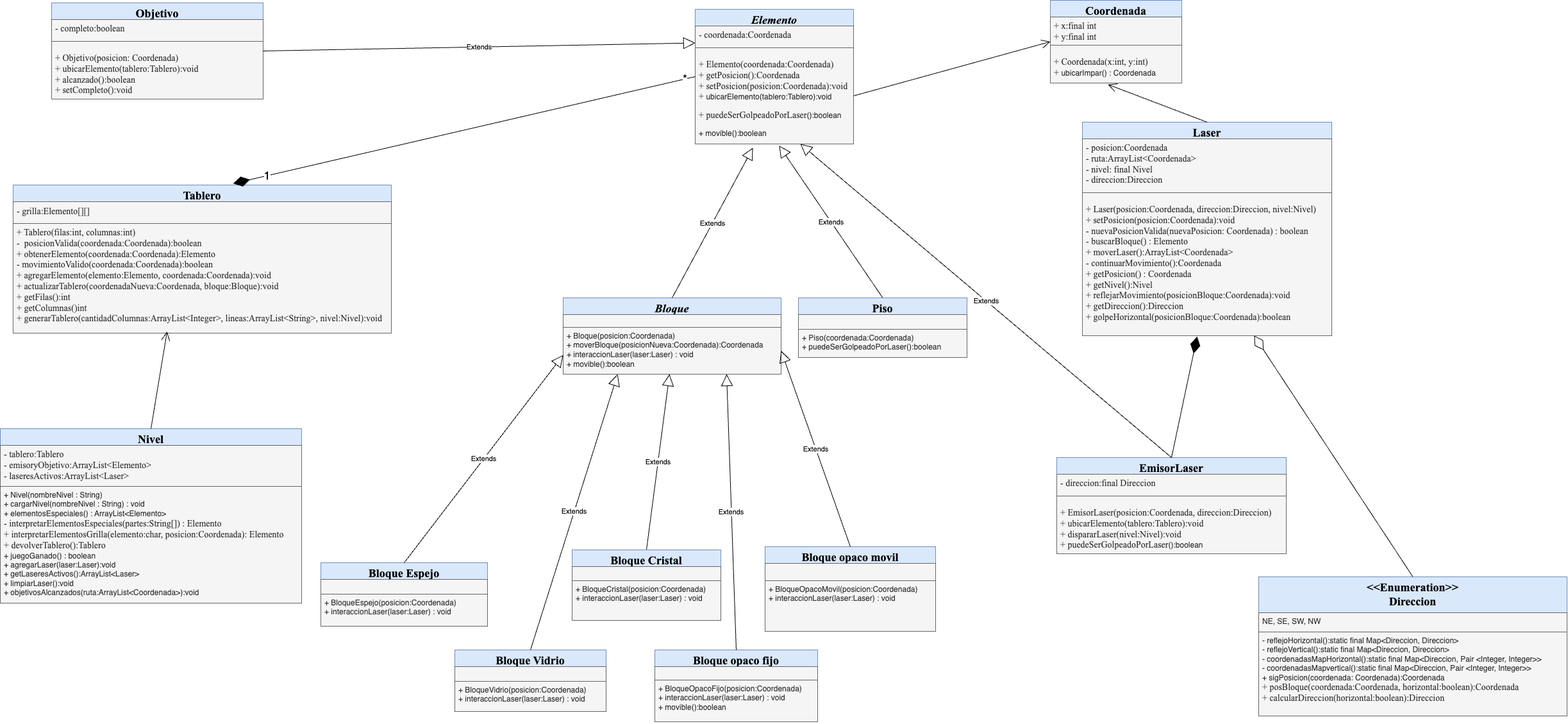
Before: doc/UML TP1.png, a diagram exported from draw.io (BeltranMal/algo3-tp-2024c2). Source tidied: cells renumbered, new cells last; positions are measured from the earlier drawing's top-left corner, leaving out a move shared by most shapes.
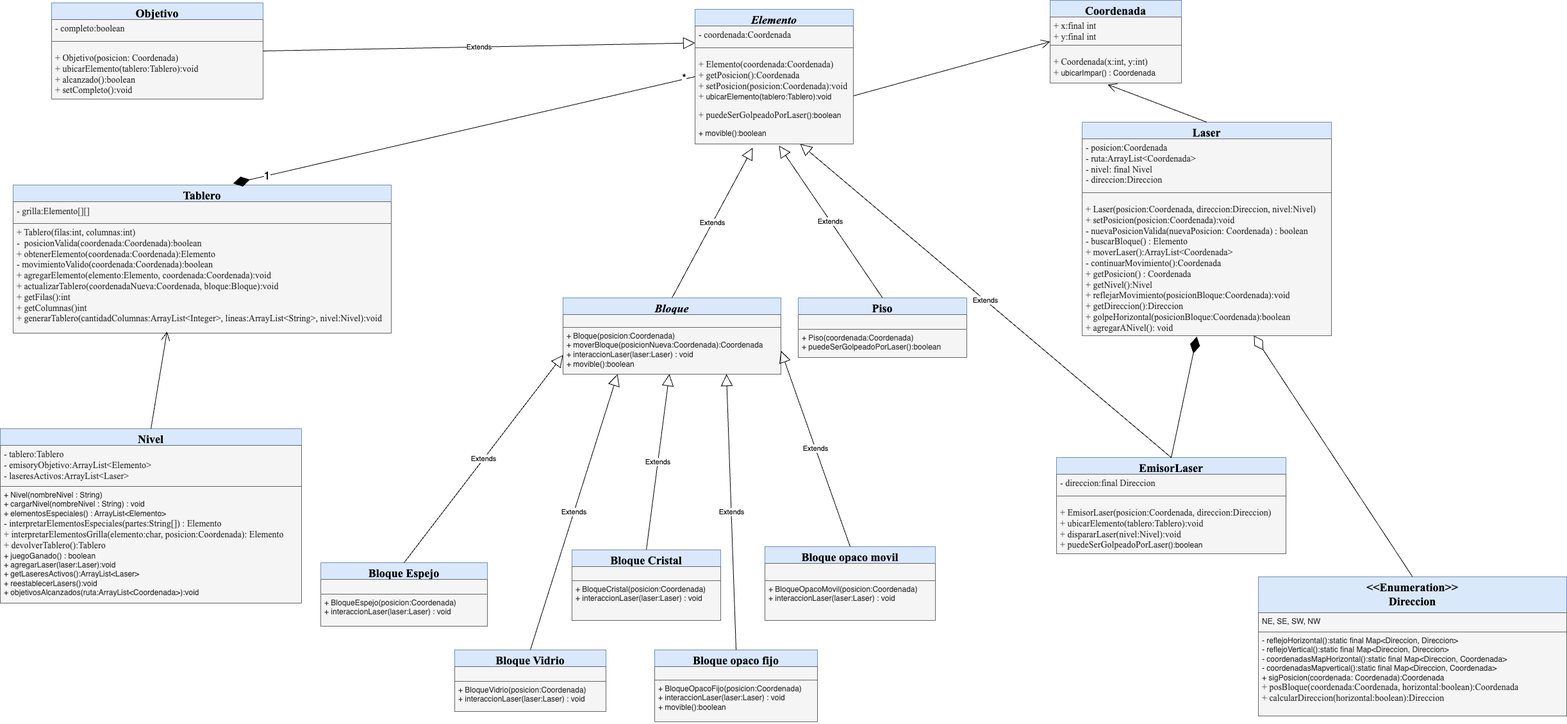
Later version of the same file.

Change to the diagram source:
```diff
@@ -8,7 +8,7 @@
     <mxCell id="3" value="&lt;font style=&quot;font-size: 14px;&quot; face=&quot;Times New Roman&quot;&gt;- tablero:Tablero&lt;br&gt;- emisoryObjetivo:ArrayList&amp;lt;Elemento&amp;gt;&lt;br&gt;&lt;/font&gt;&lt;div&gt;&lt;font style=&quot;font-size: 14px;&quot; face=&quot;Times New Roman&quot;&gt;- laseresActivos:ArrayList&amp;lt;Laser&amp;gt;&lt;/font&gt;&lt;/div&gt;" style="text;strokeColor=#666666;fillColor=#f5f5f5;align=left;verticalAlign=top;spacingLeft=4;spacingRight=4;overflow=hidden;whiteSpace=wrap;html=1;fontColor=#333333;" parent="2" vertex="1">
       <mxGeometry y="26" width="470" height="64" as="geometry" />
     </mxCell>
-    <mxCell id="4" value="+ Nivel(nombreNivel : String)&lt;div&gt;+ cargarNivel(nombreNivel : String) : void&lt;br&gt;+ elementosEspeciales() : ArrayList&amp;lt;Elemento&amp;gt;&amp;nbsp;&lt;br style=&quot;border-color: var(--border-color); font-family: &amp;quot;Times New Roman&amp;quot;; font-size: 14px;&quot;&gt;&lt;span style=&quot;font-family: &amp;quot;Times New Roman&amp;quot;; font-size: 14px;&quot;&gt;- interpretarElementosEspeciales(partes:String&lt;/span&gt;&lt;span style=&quot;background-color: initial; font-size: 14px;&quot;&gt;&lt;font face=&quot;Times New Roman&quot;&gt;[]&lt;/font&gt;&lt;/span&gt;&lt;span style=&quot;background-color: initial; font-family: &amp;quot;Times New Roman&amp;quot;; font-size: 14px;&quot;&gt;) : Elemento&lt;/span&gt;&lt;/div&gt;&lt;div&gt;&lt;span style=&quot;font-family: &amp;quot;Times New Roman&amp;quot;; font-size: 14px;&quot;&gt;+ interpretarElementosGrilla(elemento:char, posicion:Coordenada&lt;/span&gt;&lt;span style=&quot;background-color: initial; font-family: &amp;quot;Times New Roman&amp;quot;; font-size: 14px;&quot;&gt;): Elemento&lt;/span&gt;&lt;span style=&quot;background-color: initial; font-family: &amp;quot;Times New Roman&amp;quot;; font-size: 14px;&quot;&gt;&lt;br&gt;&lt;/span&gt;&lt;/div&gt;&lt;div&gt;&lt;span style=&quot;font-family: &amp;quot;Times New Roman&amp;quot;; font-size: 14px;&quot;&gt;+ devolverTablero():Tablero&lt;/span&gt;&lt;/div&gt;&lt;div&gt;+ juegoGanado() : boolean&lt;/div&gt;&lt;div&gt;+ agregarLaser(laser:Laser):void&lt;/div&gt;&lt;div&gt;+ getLaseresActivos():ArrayList&amp;lt;Laser&amp;gt;&lt;/div&gt;&lt;div&gt;+ limpiarLaser():void&lt;/div&gt;&lt;div&gt;+ objetivosAlcanzados(ruta:ArrayList&amp;lt;Coordenada&amp;gt;):void&lt;br style=&quot;border-color: var(--border-color);&quot;&gt;&lt;font style=&quot;font-size: 14px;&quot; face=&quot;Times New Roman&quot;&gt;&lt;br&gt;&lt;/font&gt;&lt;/div&gt;" style="text;strokeColor=#666666;fillColor=#f5f5f5;align=left;verticalAlign=top;spacingLeft=4;spacingRight=4;overflow=hidden;whiteSpace=wrap;html=1;fontColor=#333333;" parent="2" vertex="1">
+    <mxCell id="4" value="+ Nivel(nombreNivel : String)&lt;div&gt;+ cargarNivel(nombreNivel : String) : void&lt;br&gt;+ elementosEspeciales() : ArrayList&amp;lt;Elemento&amp;gt;&amp;nbsp;&lt;br style=&quot;border-color: var(--border-color); font-family: &amp;quot;Times New Roman&amp;quot;; font-size: 14px;&quot;&gt;&lt;span style=&quot;font-family: &amp;quot;Times New Roman&amp;quot;; font-size: 14px;&quot;&gt;- interpretarElementosEspeciales(partes:String&lt;/span&gt;&lt;span style=&quot;background-color: initial; font-size: 14px;&quot;&gt;&lt;font face=&quot;Times New Roman&quot;&gt;[]&lt;/font&gt;&lt;/span&gt;&lt;span style=&quot;background-color: initial; font-family: &amp;quot;Times New Roman&amp;quot;; font-size: 14px;&quot;&gt;) : Elemento&lt;/span&gt;&lt;/div&gt;&lt;div&gt;&lt;span style=&quot;font-family: &amp;quot;Times New Roman&amp;quot;; font-size: 14px;&quot;&gt;+ interpretarElementosGrilla(elemento:char, posicion:Coordenada&lt;/span&gt;&lt;span style=&quot;background-color: initial; font-family: &amp;quot;Times New Roman&amp;quot;; font-size: 14px;&quot;&gt;): Elemento&lt;/span&gt;&lt;span style=&quot;background-color: initial; font-family: &amp;quot;Times New Roman&amp;quot;; font-size: 14px;&quot;&gt;&lt;br&gt;&lt;/span&gt;&lt;/div&gt;&lt;div&gt;&lt;span style=&quot;font-family: &amp;quot;Times New Roman&amp;quot;; font-size: 14px;&quot;&gt;+ devolverTablero():Tablero&lt;/span&gt;&lt;/div&gt;&lt;div&gt;+ juegoGanado() : boolean&lt;/div&gt;&lt;div&gt;+ agregarLaser(laser:Laser):void&lt;/div&gt;&lt;div&gt;+ getLaseresActivos():ArrayList&amp;lt;Laser&amp;gt;&lt;/div&gt;&lt;div&gt;+ reestablecerLasers():void&lt;/div&gt;&lt;div&gt;+ objetivosAlcanzados(ruta:ArrayList&amp;lt;Coordenada&amp;gt;):void&lt;br style=&quot;border-color: var(--border-color);&quot;&gt;&lt;font style=&quot;font-size: 14px;&quot; face=&quot;Times New Roman&quot;&gt;&lt;br&gt;&lt;/font&gt;&lt;/div&gt;" style="text;strokeColor=#666666;fillColor=#f5f5f5;align=left;verticalAlign=top;spacingLeft=4;spacingRight=4;overflow=hidden;whiteSpace=wrap;html=1;fontColor=#333333;" parent="2" vertex="1">
       <mxGeometry y="90" width="470" height="182" as="geometry" />
     </mxCell>
     <mxCell id="5" value="&lt;font face=&quot;Times New Roman&quot; style=&quot;font-size: 18px;&quot;&gt;Coordenada&lt;/font&gt;" style="swimlane;fontStyle=1;align=center;verticalAlign=top;horizontal=1;startSize=26;whiteSpace=wrap;html=1;labelBackgroundColor=none;labelBorderColor=none;fillColor=#dae8fc;strokeColor=#6c8ebf;" parent="1" vertex="1">
@@ -74,7 +74,7 @@
     <mxCell id="25" style="line;strokeWidth=1;fillColor=none;align=left;verticalAlign=middle;spacingTop=-1;spacingLeft=3;spacingRight=3;labelPosition=right;strokeColor=inherit;" parent="23" vertex="1">
       <mxGeometry y="110" width="389" as="geometry" />
     </mxCell>
-    <mxCell id="26" value="&lt;p&gt;&lt;/p&gt;&lt;div style=&quot;&quot;&gt;&lt;span style=&quot;font-size: 14px; font-family: &amp;quot;Times New Roman&amp;quot;;&quot;&gt;+ Laser(posicion:Coordenada, direccion:Direccion, nivel:Nivel)&lt;/span&gt;&lt;/div&gt;&lt;div style=&quot;&quot;&gt;&lt;font face=&quot;Times New Roman&quot;&gt;&lt;span style=&quot;font-size: 14px;&quot;&gt;+ setPosicion(posicion:Coordenada):void&lt;/span&gt;&lt;/font&gt;&lt;/div&gt;&lt;div style=&quot;&quot;&gt;&lt;font face=&quot;Times New Roman&quot;&gt;&lt;span style=&quot;font-size: 14px;&quot;&gt;- nuevaPosicionValida(nuevaPosicion: Coordenada) : boolean&lt;/span&gt;&lt;/font&gt;&lt;/div&gt;&lt;div style=&quot;&quot;&gt;&lt;font face=&quot;Times New Roman&quot;&gt;&lt;span style=&quot;font-size: 14px;&quot;&gt;- buscarBloque() : Elemento&lt;/span&gt;&lt;/font&gt;&lt;/div&gt;&lt;div style=&quot;&quot;&gt;&lt;font face=&quot;Times New Roman&quot;&gt;&lt;span style=&quot;font-size: 14px;&quot;&gt;+ moverLaser():ArrayList&amp;lt;Coordenada&amp;gt;&lt;/span&gt;&lt;/font&gt;&lt;/div&gt;&lt;div style=&quot;&quot;&gt;&lt;font face=&quot;Times New Roman&quot;&gt;&lt;span style=&quot;font-size: 14px;&quot;&gt;- continuarMovimiento():Coordenada&lt;/span&gt;&lt;/font&gt;&lt;/div&gt;&lt;div style=&quot;&quot;&gt;&lt;font face=&quot;Times New Roman&quot;&gt;&lt;span style=&quot;font-size: 14px;&quot;&gt;+ getPosicion() : Coordenada&lt;/span&gt;&lt;/font&gt;&lt;/div&gt;&lt;div style=&quot;&quot;&gt;&lt;font face=&quot;Times New Roman&quot;&gt;&lt;span style=&quot;font-size: 14px;&quot;&gt;+ getNivel():Nivel&lt;/span&gt;&lt;/font&gt;&lt;/div&gt;&lt;div style=&quot;&quot;&gt;&lt;font face=&quot;Times New Roman&quot;&gt;&lt;span style=&quot;font-size: 14px;&quot;&gt;+ reflejarMovimiento(posicionBloque:Coordenada):void&lt;/span&gt;&lt;/font&gt;&lt;/div&gt;&lt;div style=&quot;&quot;&gt;&lt;font face=&quot;Times New Roman&quot;&gt;&lt;span style=&quot;font-size: 14px;&quot;&gt;+ getDireccion():Direccion&lt;/span&gt;&lt;/font&gt;&lt;/div&gt;&lt;div style=&quot;&quot;&gt;&lt;font face=&quot;Times New Roman&quot;&gt;&lt;span style=&quot;font-size: 14px;&quot;&gt;+ golpeHorizontal(posicionBloque:Coordenada):boolean&lt;/span&gt;&lt;/font&gt;&lt;/div&gt;&lt;div style=&quot;&quot;&gt;&lt;font face=&quot;Times New Roman&quot;&gt;&lt;span style=&quot;font-size: 14px;&quot;&gt;&lt;br&gt;&lt;/span&gt;&lt;/font&gt;&lt;/div&gt;&lt;div style=&quot;&quot;&gt;&lt;font face=&quot;Times New Roman&quot;&gt;&lt;span style=&quot;font-size: 14px;&quot;&gt;&lt;br&gt;&lt;/span&gt;&lt;/font&gt;&lt;/div&gt;&lt;div style=&quot;&quot;&gt;&lt;font face=&quot;Times New Roman&quot;&gt;&lt;span style=&quot;font-size: 14px;&quot;&gt;&lt;br&gt;&lt;/span&gt;&lt;/font&gt;&lt;/div&gt;&lt;p&gt;&lt;/p&gt;" style="text;strokeColor=#666666;fillColor=#f5f5f5;align=left;verticalAlign=top;spacingLeft=4;spacingRight=4;overflow=hidden;points=[[0,0.5],[1,0.5]];portConstraint=eastwest;whiteSpace=wrap;html=1;labelBackgroundColor=none;fontColor=#333333;" parent="23" vertex="1">
+    <mxCell id="26" value="&lt;p&gt;&lt;/p&gt;&lt;div style=&quot;&quot;&gt;&lt;span style=&quot;font-size: 14px; font-family: &amp;quot;Times New Roman&amp;quot;;&quot;&gt;+ Laser(posicion:Coordenada, direccion:Direccion, nivel:Nivel)&lt;/span&gt;&lt;/div&gt;&lt;div style=&quot;&quot;&gt;&lt;font face=&quot;Times New Roman&quot;&gt;&lt;span style=&quot;font-size: 14px;&quot;&gt;+ setPosicion(posicion:Coordenada):void&lt;/span&gt;&lt;/font&gt;&lt;/div&gt;&lt;div style=&quot;&quot;&gt;&lt;font face=&quot;Times New Roman&quot;&gt;&lt;span style=&quot;font-size: 14px;&quot;&gt;- nuevaPosicionValida(nuevaPosicion: Coordenada) : boolean&lt;/span&gt;&lt;/font&gt;&lt;/div&gt;&lt;div style=&quot;&quot;&gt;&lt;font face=&quot;Times New Roman&quot;&gt;&lt;span style=&quot;font-size: 14px;&quot;&gt;- buscarBloque() : Elemento&lt;/span&gt;&lt;/font&gt;&lt;/div&gt;&lt;div style=&quot;&quot;&gt;&lt;font face=&quot;Times New Roman&quot;&gt;&lt;span style=&quot;font-size: 14px;&quot;&gt;+ moverLaser():ArrayList&amp;lt;Coordenada&amp;gt;&lt;/span&gt;&lt;/font&gt;&lt;/div&gt;&lt;div style=&quot;&quot;&gt;&lt;font face=&quot;Times New Roman&quot;&gt;&lt;span style=&quot;font-size: 14px;&quot;&gt;- continuarMovimiento():Coordenada&lt;/span&gt;&lt;/font&gt;&lt;/div&gt;&lt;div style=&quot;&quot;&gt;&lt;font face=&quot;Times New Roman&quot;&gt;&lt;span style=&quot;font-size: 14px;&quot;&gt;+ getPosicion() : Coordenada&lt;/span&gt;&lt;/font&gt;&lt;/div&gt;&lt;div style=&quot;&quot;&gt;&lt;font face=&quot;Times New Roman&quot;&gt;&lt;span style=&quot;font-size: 14px;&quot;&gt;+ getNivel():Nivel&lt;/span&gt;&lt;/font&gt;&lt;/div&gt;&lt;div style=&quot;&quot;&gt;&lt;font face=&quot;Times New Roman&quot;&gt;&lt;span style=&quot;font-size: 14px;&quot;&gt;+ reflejarMovimiento(posicionBloque:Coordenada):void&lt;/span&gt;&lt;/font&gt;&lt;/div&gt;&lt;div style=&quot;&quot;&gt;&lt;font face=&quot;Times New Roman&quot;&gt;&lt;span style=&quot;font-size: 14px;&quot;&gt;+ getDireccion():Direccion&lt;/span&gt;&lt;/font&gt;&lt;/div&gt;&lt;div style=&quot;&quot;&gt;&lt;font face=&quot;Times New Roman&quot;&gt;&lt;span style=&quot;font-size: 14px;&quot;&gt;+ golpeHorizontal(posicionBloque:Coordenada):boolean&lt;/span&gt;&lt;/font&gt;&lt;/div&gt;&lt;div style=&quot;&quot;&gt;&lt;font face=&quot;Times New Roman&quot;&gt;&lt;span style=&quot;font-size: 14px;&quot;&gt;+ agregarANivel(): void&amp;nbsp;&lt;/span&gt;&lt;/font&gt;&lt;/div&gt;&lt;div style=&quot;&quot;&gt;&lt;font face=&quot;Times New Roman&quot;&gt;&lt;span style=&quot;font-size: 14px;&quot;&gt;&lt;br&gt;&lt;/span&gt;&lt;/font&gt;&lt;/div&gt;&lt;div style=&quot;&quot;&gt;&lt;font face=&quot;Times New Roman&quot;&gt;&lt;span style=&quot;font-size: 14px;&quot;&gt;&lt;br&gt;&lt;/span&gt;&lt;/font&gt;&lt;/div&gt;&lt;p&gt;&lt;/p&gt;" style="text;strokeColor=#666666;fillColor=#f5f5f5;align=left;verticalAlign=top;spacingLeft=4;spacingRight=4;overflow=hidden;points=[[0,0.5],[1,0.5]];portConstraint=eastwest;whiteSpace=wrap;html=1;labelBackgroundColor=none;fontColor=#333333;" parent="23" vertex="1">
       <mxGeometry y="110" width="389" height="223" as="geometry" />
     </mxCell>
     <mxCell id="27" value="&lt;font face=&quot;Times New Roman&quot; style=&quot;font-size: 18px;&quot;&gt;&lt;i&gt;Bloque&lt;/i&gt;&lt;/font&gt;" style="swimlane;fontStyle=1;align=center;verticalAlign=top;horizontal=1;startSize=26;whiteSpace=wrap;html=1;labelBackgroundColor=none;labelBorderColor=none;fillColor=#dae8fc;strokeColor=#6c8ebf;" parent="1" vertex="1">
@@ -146,7 +146,7 @@
       <mxGeometry y="49" width="236" height="47" as="geometry" />
     </mxCell>
     <mxCell id="49" value="&lt;font face=&quot;Times New Roman&quot;&gt;&lt;span style=&quot;font-size: 18px;&quot;&gt;Bloque opaco movil&lt;/span&gt;&lt;/font&gt;" style="swimlane;fontStyle=1;align=center;verticalAlign=top;horizontal=1;startSize=26;whiteSpace=wrap;html=1;labelBackgroundColor=none;labelBorderColor=none;fillColor=#dae8fc;strokeColor=#6c8ebf;" parent="1" vertex="1">
-      <mxGeometry x="1193" y="852" width="266" height="132" as="geometry" />
+      <mxGeometry x="1193" y="852" width="266" height="115" as="geometry" />
     </mxCell>
     <mxCell id="50" style="line;strokeWidth=1;fillColor=none;align=left;verticalAlign=middle;spacingTop=-1;spacingLeft=3;spacingRight=3;labelPosition=right;strokeColor=inherit;" parent="49" vertex="1">
       <mxGeometry y="26" width="266" as="geometry" />
@@ -155,7 +155,7 @@
       <mxGeometry y="26" width="266" height="27" as="geometry" />
     </mxCell>
     <mxCell id="52" value="+ BloqueOpacoMovil(posicion:Coordenada)&lt;div&gt;&lt;span style=&quot;background-color: initial;&quot;&gt;+ interaccionLaser(laser:Laser) : void&amp;nbsp;&lt;/span&gt;&lt;/div&gt;" style="text;strokeColor=#666666;fillColor=#f5f5f5;align=left;verticalAlign=top;spacingLeft=4;spacingRight=4;overflow=hidden;whiteSpace=wrap;html=1;labelBackgroundColor=none;fontColor=#333333;" parent="49" vertex="1">
-      <mxGeometry y="53" width="266" height="79" as="geometry" />
+      <mxGeometry y="53" width="266" height="62" as="geometry" />
     </mxCell>
     <mxCell id="53" value="&lt;font face=&quot;Times New Roman&quot;&gt;&lt;span style=&quot;font-size: 18px;&quot;&gt;Bloque opaco fijo&lt;/span&gt;&lt;/font&gt;" style="swimlane;fontStyle=1;align=center;verticalAlign=top;horizontal=1;startSize=26;whiteSpace=wrap;html=1;labelBackgroundColor=none;labelBorderColor=none;fillColor=#dae8fc;strokeColor=#6c8ebf;" parent="1" vertex="1">
       <mxGeometry x="1021" y="1013" width="254" height="112" as="geometry" />
@@ -175,7 +175,7 @@
     <mxCell id="58" value="NE, SE, SW, NW" style="text;align=left;verticalAlign=top;spacingLeft=4;spacingRight=4;overflow=hidden;whiteSpace=wrap;html=1;labelBackgroundColor=none;labelBorderColor=none;fillColor=#f5f5f5;fontColor=#333333;strokeColor=#666666;" parent="57" vertex="1">
       <mxGeometry y="56" width="481" height="30" as="geometry" />
     </mxCell>
-    <mxCell id="59" value="&lt;div&gt;- reflejoHorizontal():static final Map&amp;lt;Direccion, Direccion&amp;gt;&lt;/div&gt;&lt;div&gt;- reflejoVertical():static final Map&amp;lt;Direccion, Direccion&amp;gt;&lt;/div&gt;&lt;div&gt;- coordenadasMapHorizontal():static final Map&amp;lt;Direccion, Pair &amp;lt;Integer, Integer&amp;gt;&amp;gt;&lt;/div&gt;&lt;div&gt;- coordenadasMapvertical():static final Map&amp;lt;Direccion, Pair &amp;lt;Integer, Integer&amp;gt;&amp;gt;&lt;/div&gt;&lt;div&gt;+ sigPosicion(coordenada: Coordenada):Coordenada&lt;/div&gt;&lt;div&gt;&lt;span style=&quot;font-family: &amp;quot;Times New Roman&amp;quot;; font-size: 14px;&quot;&gt;+ posBloque(coordenada:Coordenada, horizontal:boolean):Coordenada&lt;/span&gt;&lt;/div&gt;&lt;div&gt;&lt;span style=&quot;font-family: &amp;quot;Times New Roman&amp;quot;; font-size: 14px;&quot;&gt;+ calcularDireccion(horizontal:boolean):Direccion&lt;/span&gt;&lt;/div&gt;" style="text;strokeColor=#666666;fillColor=#f5f5f5;align=left;verticalAlign=top;spacingLeft=4;spacingRight=4;overflow=hidden;whiteSpace=wrap;html=1;labelBackgroundColor=none;fontColor=#333333;" parent="57" vertex="1">
+    <mxCell id="59" value="&lt;div&gt;- reflejoHorizontal():static final Map&amp;lt;Direccion, Direccion&amp;gt;&lt;/div&gt;&lt;div&gt;- reflejoVertical():static final Map&amp;lt;Direccion, Direccion&amp;gt;&lt;/div&gt;&lt;div&gt;- coordenadasMapHorizontal():static final Map&amp;lt;Direccion, Coordenada&amp;gt;&lt;/div&gt;&lt;div&gt;- coordenadasMapvertical():static final Map&amp;lt;Direccion, Coordenada&amp;gt;&lt;/div&gt;&lt;div&gt;+ sigPosicion(coordenada: Coordenada):Coordenada&lt;/div&gt;&lt;div&gt;&lt;span style=&quot;font-family: &amp;quot;Times New Roman&amp;quot;; font-size: 14px;&quot;&gt;+ posBloque(coordenada:Coordenada, horizontal:boolean):Coordenada&lt;/span&gt;&lt;/div&gt;&lt;div&gt;&lt;span style=&quot;font-family: &amp;quot;Times New Roman&amp;quot;; font-size: 14px;&quot;&gt;+ calcularDireccion(horizontal:boolean):Direccion&lt;/span&gt;&lt;/div&gt;" style="text;strokeColor=#666666;fillColor=#f5f5f5;align=left;verticalAlign=top;spacingLeft=4;spacingRight=4;overflow=hidden;whiteSpace=wrap;html=1;labelBackgroundColor=none;fontColor=#333333;" parent="57" vertex="1">
       <mxGeometry y="86" width="481" height="131" as="geometry" />
     </mxCell>
     <mxCell id="60" style="line;strokeWidth=1;fillColor=none;align=left;verticalAlign=middle;spacingTop=-1;spacingLeft=3;spacingRight=3;labelPosition=right;strokeColor=inherit;" parent="57" vertex="1">
```
